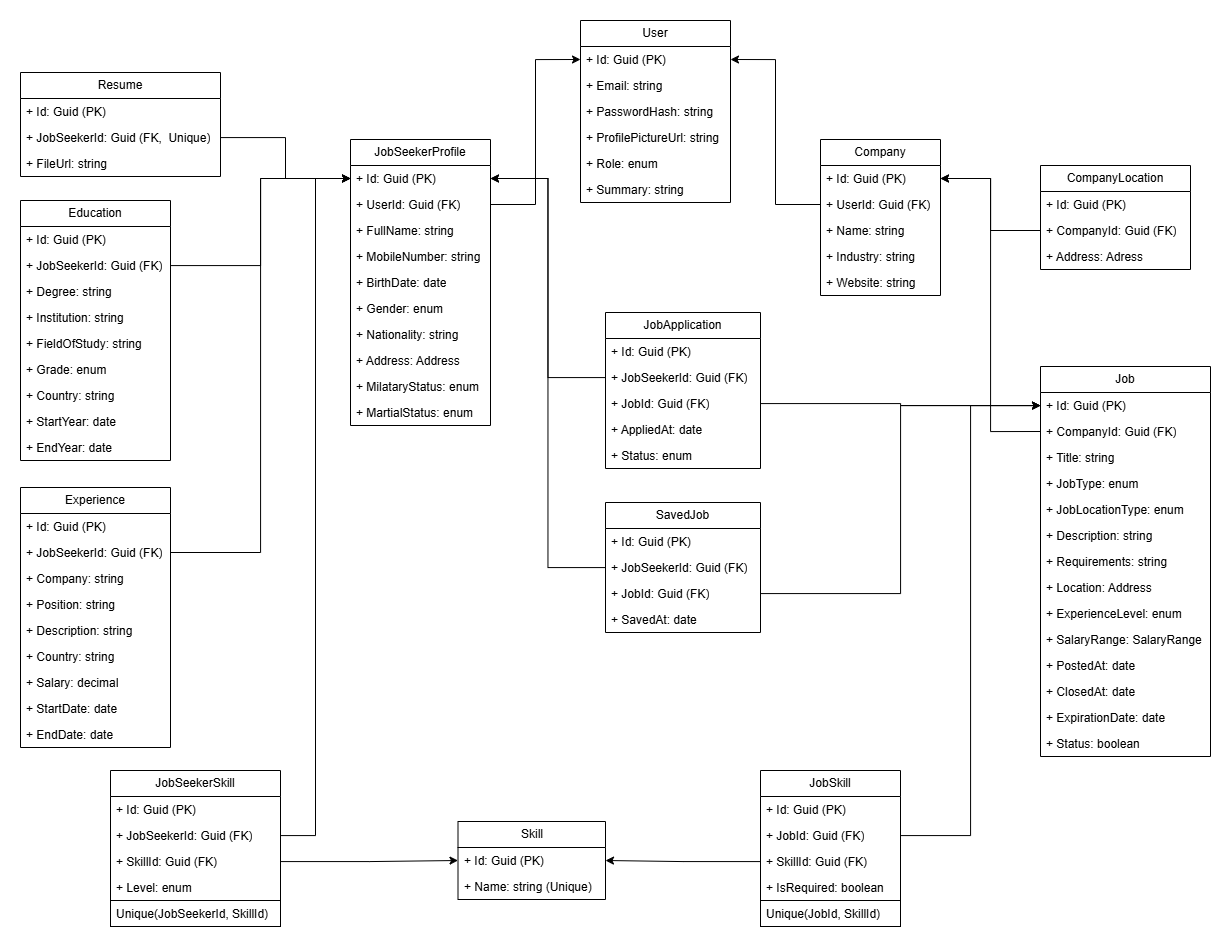
Yusfgus/JobLink-API keeps this draw.io diagram as documentation/Schema.png. Above is the earlier version. Source tidied: cells renumbered, new cells last; positions are measured from the earlier drawing's top-left corner, leaving out a move shared by most shapes.
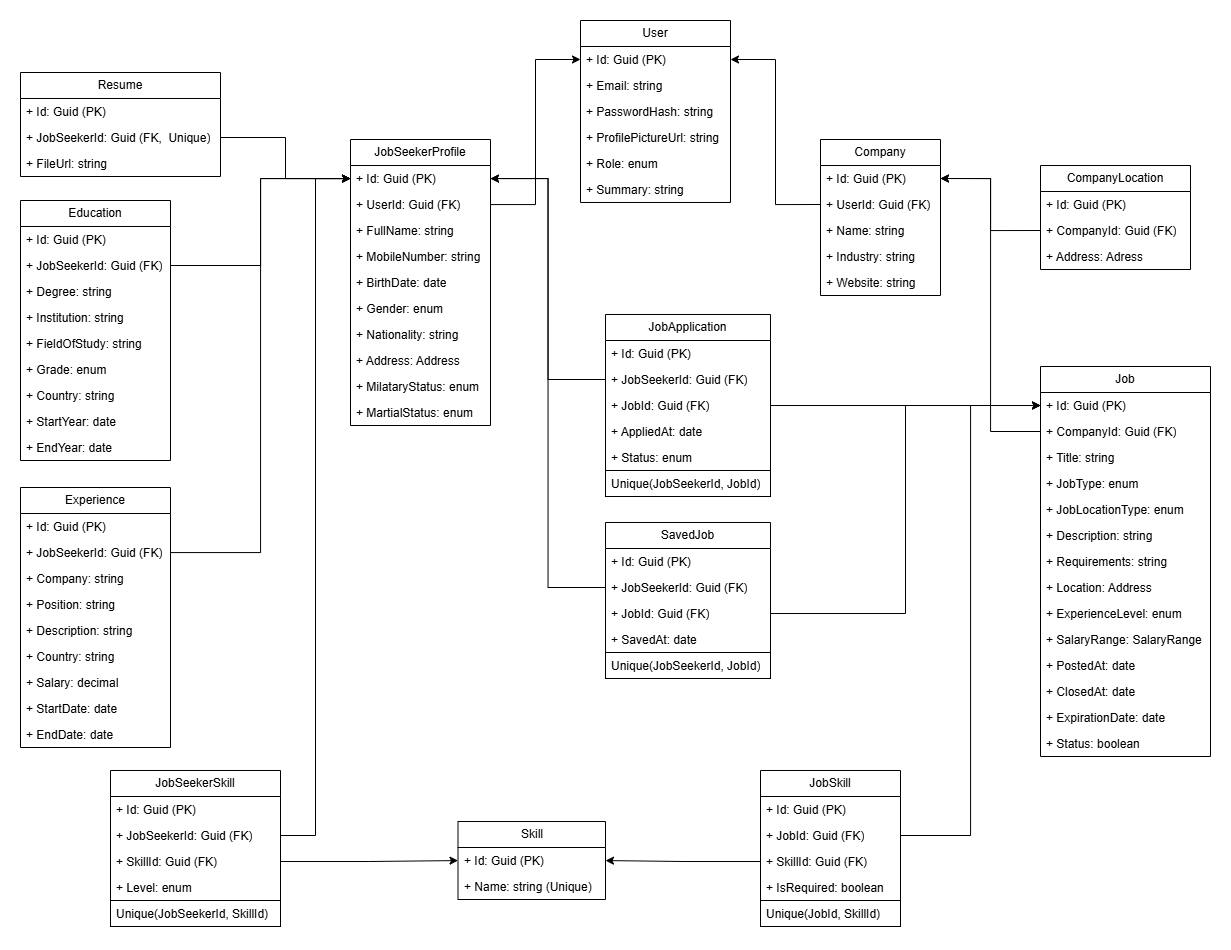
After the commit.

Commit message:
add Unique constraints

The edit, as a diff of the source:
```diff
@@ -276,41 +276,47 @@
       <mxGeometry relative="1" as="geometry" />
     </mxCell>
     <mxCell id="93" value="JobApplication" style="swimlane;fontStyle=0;horizontal=1;startSize=26;fillColor=none;whiteSpace=wrap;html=1;" parent="1" vertex="1">
-      <mxGeometry x="585" y="292" width="155" height="156" as="geometry" />
+      <mxGeometry x="585" y="294" width="165" height="182" as="geometry" />
     </mxCell>
     <mxCell id="94" value="+ Id: Guid (PK)" style="text;strokeColor=none;fillColor=none;align=left;verticalAlign=top;spacingLeft=4;spacingRight=4;overflow=hidden;whiteSpace=wrap;html=1;" parent="93" vertex="1">
-      <mxGeometry y="26" width="155" height="26" as="geometry" />
+      <mxGeometry y="26" width="165" height="26" as="geometry" />
     </mxCell>
     <mxCell id="95" value="+ JobSeekerId: Guid (FK)" style="text;strokeColor=none;fillColor=none;align=left;verticalAlign=top;spacingLeft=4;spacingRight=4;overflow=hidden;points=[[0,0.5],[1,0.5]];portConstraint=eastwest;whiteSpace=wrap;html=1;" parent="93" vertex="1">
-      <mxGeometry y="52" width="155" height="26" as="geometry" />
+      <mxGeometry y="52" width="165" height="26" as="geometry" />
     </mxCell>
     <mxCell id="96" value="+ JobId: Guid (FK)" style="text;strokeColor=none;fillColor=none;align=left;verticalAlign=top;spacingLeft=4;spacingRight=4;overflow=hidden;points=[[0,0.5],[1,0.5]];portConstraint=eastwest;whiteSpace=wrap;html=1;" parent="93" vertex="1">
-      <mxGeometry y="78" width="155" height="26" as="geometry" />
+      <mxGeometry y="78" width="165" height="26" as="geometry" />
     </mxCell>
     <mxCell id="97" value="+ AppliedAt: date" style="text;strokeColor=none;fillColor=none;align=left;verticalAlign=top;spacingLeft=4;spacingRight=4;overflow=hidden;whiteSpace=wrap;html=1;" parent="93" vertex="1">
-      <mxGeometry y="104" width="155" height="26" as="geometry" />
+      <mxGeometry y="104" width="165" height="26" as="geometry" />
     </mxCell>
     <mxCell id="98" value="+ Status: enum" style="text;strokeColor=none;fillColor=none;align=left;verticalAlign=top;spacingLeft=4;spacingRight=4;overflow=hidden;whiteSpace=wrap;html=1;" parent="93" vertex="1">
-      <mxGeometry y="130" width="155" height="26" as="geometry" />
+      <mxGeometry y="130" width="165" height="26" as="geometry" />
     </mxCell>
+    <mxCell id="110" value="Unique(JobSeekerId, JobId)" style="text;strokeColor=default;fillColor=none;align=left;verticalAlign=top;spacingLeft=4;spacingRight=4;overflow=hidden;whiteSpace=wrap;html=1;" parent="93" vertex="1">
+      <mxGeometry y="156" width="165" height="26" as="geometry" />
+    </mxCell>
     <mxCell id="99" style="edgeStyle=orthogonalEdgeStyle;rounded=0;jettySize=auto;html=1;" parent="1" edge="1" source="95" target="10">
       <mxGeometry relative="1" as="geometry" />
     </mxCell>
     <mxCell id="100" value="SavedJob" style="swimlane;fontStyle=0;horizontal=1;startSize=26;fillColor=none;whiteSpace=wrap;html=1;" parent="1" vertex="1">
-      <mxGeometry x="585" y="482" width="155" height="130" as="geometry" />
+      <mxGeometry x="585" y="502" width="165" height="156" as="geometry" />
     </mxCell>
     <mxCell id="101" value="+ Id: Guid (PK)" style="text;strokeColor=none;fillColor=none;align=left;verticalAlign=top;spacingLeft=4;spacingRight=4;overflow=hidden;whiteSpace=wrap;html=1;" parent="100" vertex="1">
-      <mxGeometry y="26" width="155" height="26" as="geometry" />
+      <mxGeometry y="26" width="165" height="26" as="geometry" />
     </mxCell>
     <mxCell id="102" value="+ JobSeekerId: Guid (FK)" style="text;strokeColor=none;fillColor=none;align=left;verticalAlign=top;spacingLeft=4;spacingRight=4;overflow=hidden;points=[[0,0.5],[1,0.5]];portConstraint=eastwest;whiteSpace=wrap;html=1;" parent="100" vertex="1">
-      <mxGeometry y="52" width="155" height="26" as="geometry" />
+      <mxGeometry y="52" width="165" height="26" as="geometry" />
     </mxCell>
     <mxCell id="103" value="+ JobId: Guid (FK)" style="text;strokeColor=none;fillColor=none;align=left;verticalAlign=top;spacingLeft=4;spacingRight=4;overflow=hidden;points=[[0,0.5],[1,0.5]];portConstraint=eastwest;whiteSpace=wrap;html=1;" parent="100" vertex="1">
-      <mxGeometry y="78" width="155" height="26" as="geometry" />
+      <mxGeometry y="78" width="165" height="26" as="geometry" />
     </mxCell>
     <mxCell id="104" value="+ SavedAt: date" style="text;strokeColor=none;fillColor=none;align=left;verticalAlign=top;spacingLeft=4;spacingRight=4;overflow=hidden;whiteSpace=wrap;html=1;" parent="100" vertex="1">
-      <mxGeometry y="104" width="155" height="26" as="geometry" />
+      <mxGeometry y="104" width="165" height="26" as="geometry" />
     </mxCell>
+    <mxCell id="111" value="Unique(JobSeekerId, JobId)" style="text;strokeColor=default;fillColor=none;align=left;verticalAlign=top;spacingLeft=4;spacingRight=4;overflow=hidden;whiteSpace=wrap;html=1;" parent="100" vertex="1">
+      <mxGeometry y="130" width="165" height="26" as="geometry" />
+    </mxCell>
     <mxCell id="105" style="edgeStyle=orthogonalEdgeStyle;rounded=0;jettySize=auto;html=1;" parent="1" edge="1" source="102" target="10">
       <mxGeometry relative="1" as="geometry" />
     </mxCell>
```
